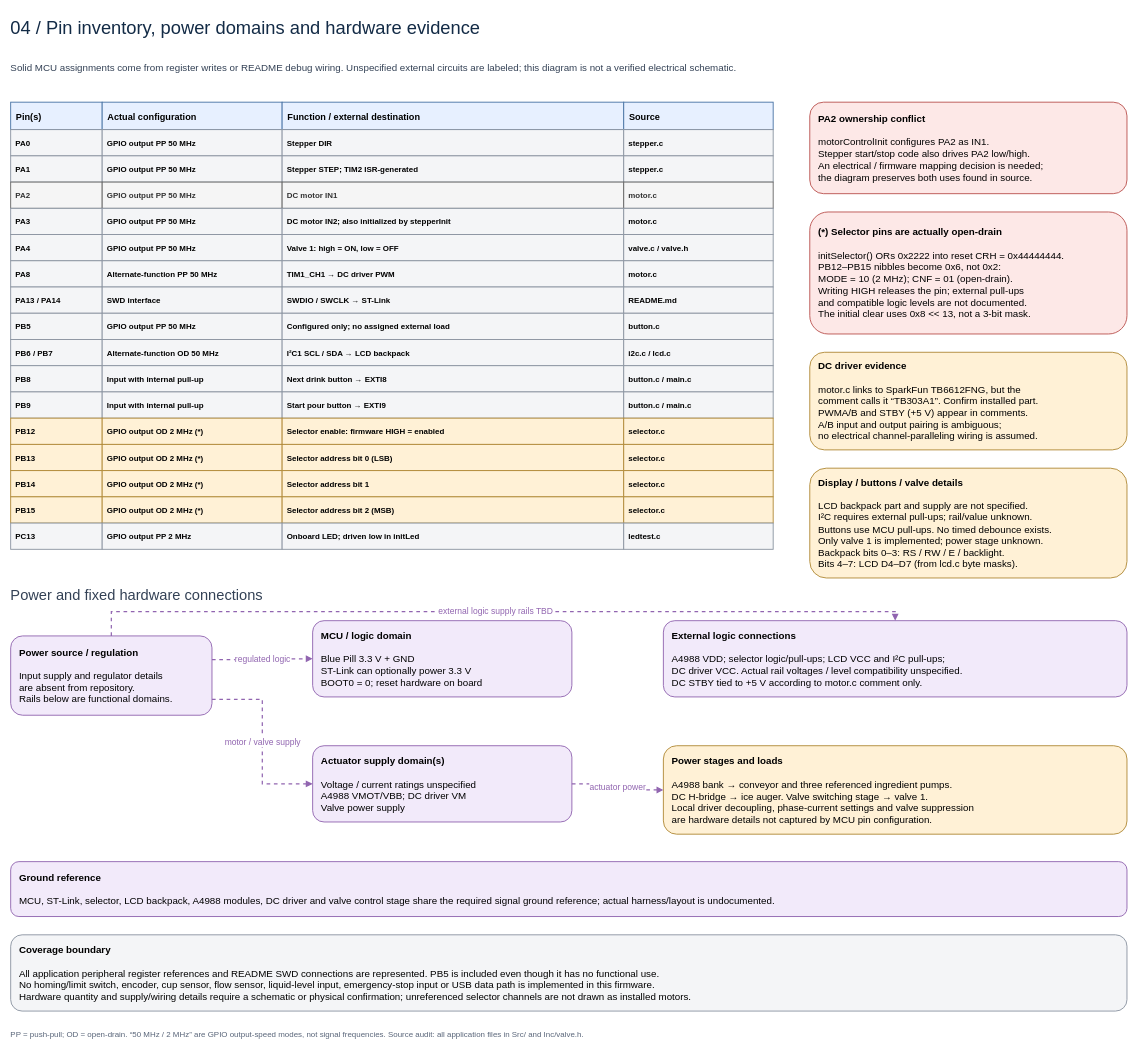
Before: page "4 - Pin inventory power and open details" (4 of 4) of docs/stm32-bartender.drawio in JohnMoyer/STM32-Bartender, a draw.io diagram. Source tidied: cells renumbered, new cells numbered last; positions are measured from the earlier drawing's top-left corner, leaving out a move shared by most shapes. Both pictures are drawn from the tidied source at 61%, with x=0, y=0 at pixel (10, 10).
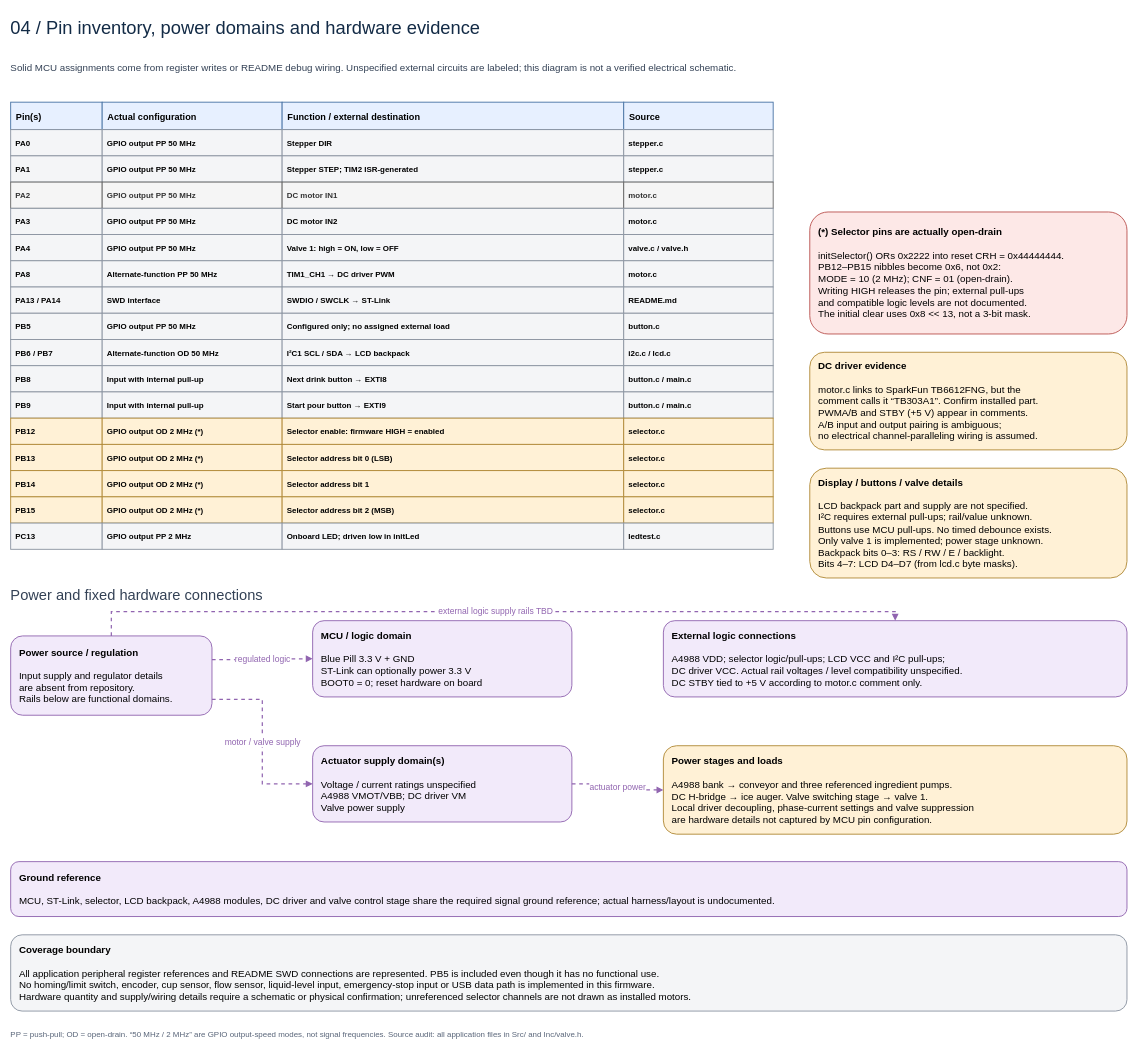
After the change.

What changed in the source:
```diff
@@
-    <mxCell id="22" value="&lt;b&gt;DC motor IN2; also initialized by stepperInit&lt;/b&gt;" style="rounded=1;whiteSpace=wrap;html=1;align=left;verticalAlign=middle;spacing=14;fontSize=16;fontFamily=Helvetica;fillColor=#f4f5f7;strokeColor=#8b94a1;strokeWidth=1.5;rounded=0;fontStyle=0;fontSize=13;spacing=8;" parent="1" vertex="1">
+    <mxCell id="22" value="&lt;b&gt;DC motor IN2&lt;/b&gt;" style="rounded=1;whiteSpace=wrap;html=1;align=left;verticalAlign=middle;spacing=14;fontSize=16;fontFamily=Helvetica;fillColor=#f4f5f7;strokeColor=#8b94a1;strokeWidth=1.5;rounded=0;fontStyle=0;fontSize=13;spacing=8;" parent="1" vertex="1">
       <mxGeometry x="445" y="324" width="560" height="43" as="geometry" />
     </mxCell>
@@
-    <mxCell id="72" value="&lt;b&gt;PA2 ownership conflict&lt;/b&gt;&lt;br&gt;&lt;br&gt;motorControlInit configures PA2 as IN1.&lt;br&gt;Stepper start/stop code also drives PA2 low/high.&lt;br&gt;An electrical / firmware mapping decision is needed;&lt;br&gt;the diagram preserves both uses found in source." style="rounded=1;whiteSpace=wrap;html=1;align=left;verticalAlign=middle;spacing=14;fontSize=16;fontFamily=Helvetica;fillColor=#fde8e7;strokeColor=#bb5450;strokeWidth=1.5;" parent="1" vertex="1">
-      <mxGeometry x="1310" y="150" width="520" height="150" as="geometry" />
-    </mxCell>
```
